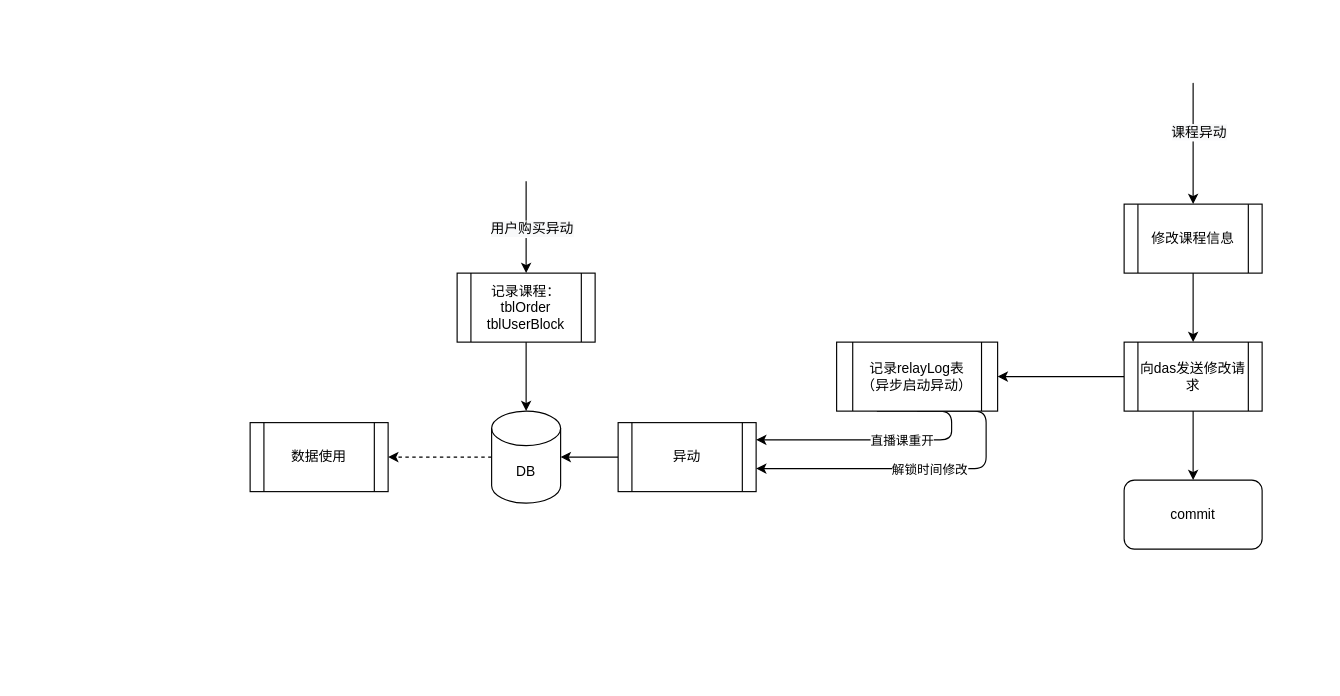
The draw.io diagram das.drawio in wgyuuu/flow_chart, before the edit. Source tidied: cells renumbered, new cells numbered last; positions are measured from the earlier drawing's top-left corner, leaving out a move shared by most shapes. Both pictures are drawn from the tidied source at 115%, with x=0, y=0 at pixel (250, 77).
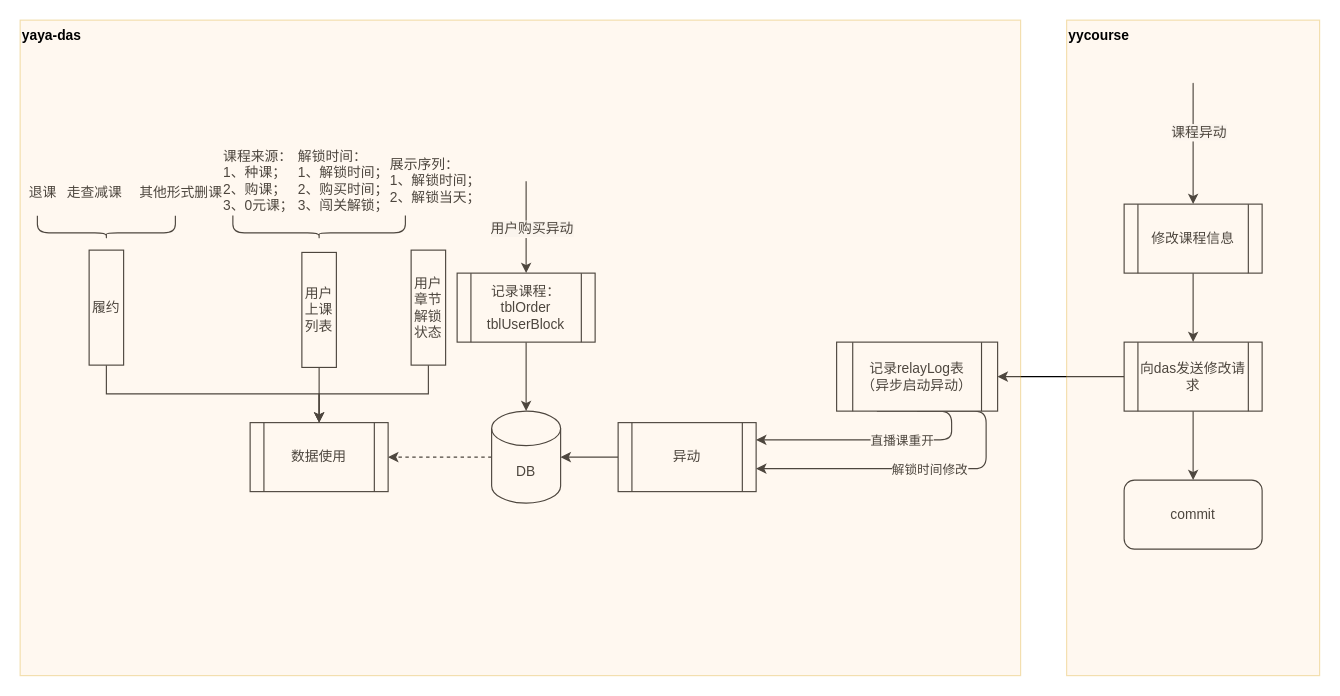
After the change.

The change refers to these unchanged cells:
```xml
<mxCell id="23" value="数据使用" style="shape=process;whiteSpace=wrap;html=1;backgroundOutline=1;align=center;" parent="1" vertex="1">
  <mxGeometry y="300" width="120" height="60" as="geometry" />
</mxCell>
```

What changed in the source:
```diff
@@
+    <mxCell id="24" style="edgeStyle=orthogonalEdgeStyle;rounded=0;jettySize=auto;html=1;entryX=0.5;entryY=0;entryDx=0;entryDy=0;exitX=0.5;exitY=1;exitDx=0;exitDy=0;" parent="1" edge="1" source="25" target="23">
+      <mxGeometry relative="1" as="geometry" />
+    </mxCell>
+    <mxCell id="25" value="履约" style="rounded=0;whiteSpace=wrap;html=1;align=center;" parent="1" vertex="1">
+      <mxGeometry x="-140" y="150" width="30" height="100" as="geometry" />
+    </mxCell>
+    <mxCell id="26" style="edgeStyle=orthogonalEdgeStyle;rounded=0;jettySize=auto;html=1;entryX=0.5;entryY=0;entryDx=0;entryDy=0;" parent="1" edge="1" source="27" target="23">
+      <mxGeometry relative="1" as="geometry" />
+    </mxCell>
+    <mxCell id="27" value="用户上课列表" style="rounded=0;whiteSpace=wrap;html=1;align=center;" parent="1" vertex="1">
+      <mxGeometry x="45" y="152" width="30" height="100" as="geometry" />
+    </mxCell>
+    <mxCell id="28" style="edgeStyle=orthogonalEdgeStyle;rounded=0;jettySize=auto;html=1;entryX=0.5;entryY=0;entryDx=0;entryDy=0;exitX=0.5;exitY=1;exitDx=0;exitDy=0;" parent="1" edge="1" source="29" target="23">
+      <mxGeometry relative="1" as="geometry" />
+    </mxCell>
+    <mxCell id="29" value="用户章节解锁状态" style="rounded=0;whiteSpace=wrap;html=1;align=center;" parent="1" vertex="1">
+      <mxGeometry x="140" y="150" width="30" height="100" as="geometry" />
+    </mxCell>
+    <mxCell id="30" style="shape=curlyBracket;whiteSpace=wrap;html=1;rounded=1;align=center;rotation=-90;size=0.25;" parent="1" vertex="1">
+      <mxGeometry x="-135" y="70" width="20" height="120" as="geometry" />
+    </mxCell>
+    <mxCell id="31" value="退课" style="text;html=1;strokeColor=none;fillColor=none;align=center;verticalAlign=middle;whiteSpace=wrap;rounded=0;" parent="1" vertex="1">
+      <mxGeometry x="-200" y="90" width="40" height="20" as="geometry" />
+    </mxCell>
+    <mxCell id="32" value="走查减课" style="text;html=1;strokeColor=none;fillColor=none;align=center;verticalAlign=middle;whiteSpace=wrap;rounded=0;" parent="1" vertex="1">
+      <mxGeometry x="-160" y="90" width="50" height="20" as="geometry" />
+    </mxCell>
+    <mxCell id="33" value="其他形式删课" style="text;html=1;strokeColor=none;fillColor=none;align=center;verticalAlign=middle;whiteSpace=wrap;rounded=0;" parent="1" vertex="1">
+      <mxGeometry x="-100" y="90" width="80" height="20" as="geometry" />
+    </mxCell>
+    <mxCell id="34" style="shape=curlyBracket;whiteSpace=wrap;html=1;rounded=1;align=center;rotation=-90;size=0.25;" parent="1" vertex="1">
+      <mxGeometry x="50" y="55" width="20" height="150" as="geometry" />
+    </mxCell>
+    <mxCell id="35" value="课程来源：&lt;br&gt;1、种课；&lt;br&gt;2、购课；&lt;br&gt;3、0元课；" style="text;html=1;strokeColor=none;fillColor=none;align=left;verticalAlign=middle;whiteSpace=wrap;rounded=0;" parent="1" vertex="1">
+      <mxGeometry x="-25" y="50" width="70" height="80" as="geometry" />
+    </mxCell>
+    <mxCell id="36" value="解锁时间：&lt;br&gt;1、解锁时间；&lt;br&gt;2、购买时间；&lt;br&gt;3、闯关解锁；" style="text;html=1;strokeColor=none;fillColor=none;align=left;verticalAlign=middle;whiteSpace=wrap;rounded=0;" parent="1" vertex="1">
+      <mxGeometry x="40" y="55" width="90" height="70" as="geometry" />
+    </mxCell>
+    <mxCell id="37" value="展示序列：&lt;br&gt;1、解锁时间；&lt;br&gt;2、解锁当天；" style="text;html=1;strokeColor=none;fillColor=none;align=left;verticalAlign=middle;whiteSpace=wrap;rounded=0;" parent="1" vertex="1">
+      <mxGeometry x="120" y="60" width="90" height="60" as="geometry" />
+    </mxCell>
+    <mxCell id="38" value="yaya-das" style="rounded=0;whiteSpace=wrap;html=1;align=left;opacity=30;fillColor=#ffe6cc;strokeColor=#d79b00;verticalAlign=top;fontStyle=1;" parent="1" vertex="1">
+      <mxGeometry x="-200" y="-50" width="870" height="570" as="geometry" />
+    </mxCell>
+    <mxCell id="39" value="yycourse" style="rounded=0;whiteSpace=wrap;html=1;align=left;opacity=30;fillColor=#ffe6cc;strokeColor=#d79b00;verticalAlign=top;fontStyle=1;" parent="1" vertex="1">
+      <mxGeometry x="710" y="-50" width="220" height="570" as="geometry" />
+    </mxCell>
```
